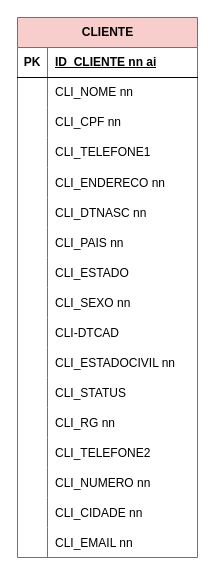
The draw.io diagram TCC-Copperton/DB-Diagram.drawio in saintplis/TCC-Copperton, before the edit. Source tidied: cells renumbered, new cells numbered last; positions are measured from the earlier drawing's top-left corner, leaving out a move shared by most shapes. Both pictures are drawn from the tidied source at 100%, with x=0, y=0 at pixel (17, 17).
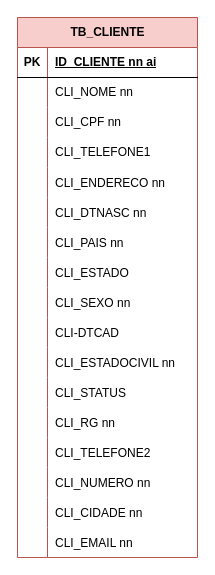
After the change.

Commit message:
DB Diagram - Copperton Beta 1.1

What changed in the source:
```diff
@@
-    <mxCell id="2" value="CLIENTE" style="shape=table;startSize=30;childLayout=tableLayout;rowLines=0;fontStyle=1;align=center;html=1;fillColor=#f8cecc;strokeColor=#b85450;" parent="1" vertex="1">
+    <mxCell id="2" value="TB_CLIENTE" style="shape=table;startSize=30;childLayout=tableLayout;rowLines=0;fontStyle=1;align=center;html=1;fillColor=#f8cecc;strokeColor=#b85450;" parent="1" vertex="1">
       <mxGeometry width="180" height="540" as="geometry" />
     </mxCell>
```
